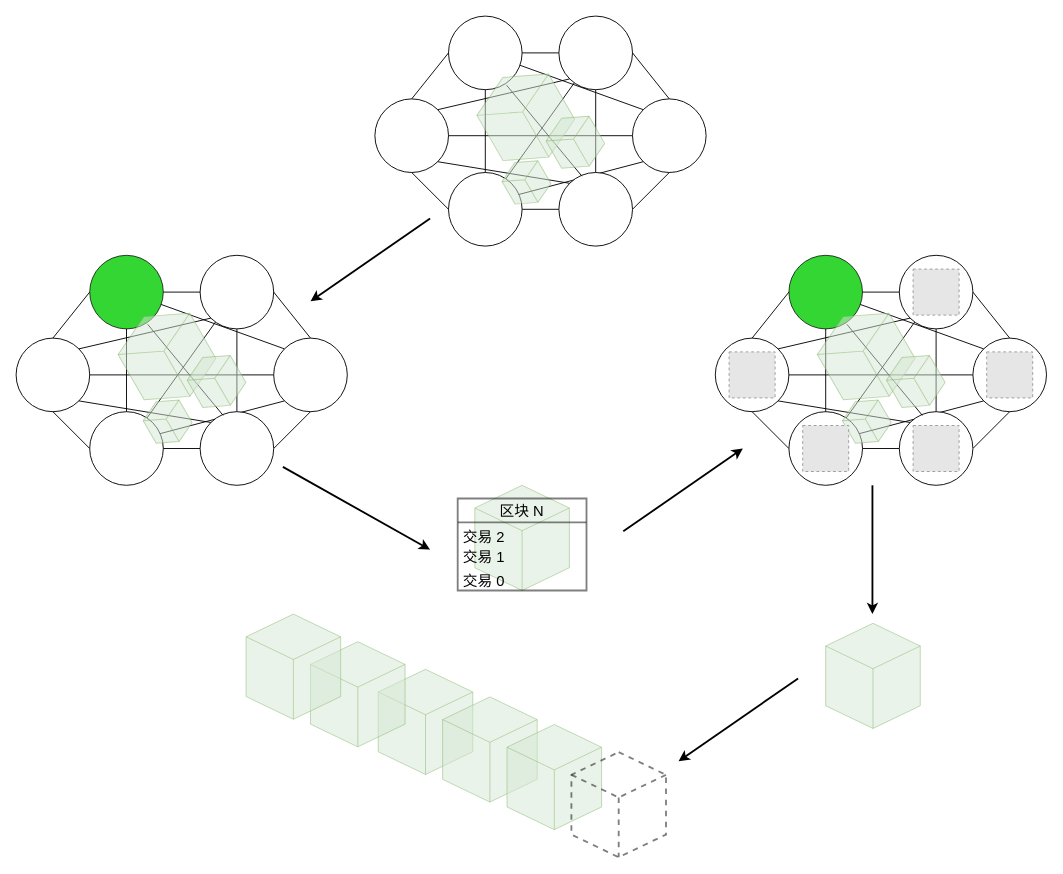
Earlier version of the draw.io diagram POA.drawio (liugangjian/BTCWallet). Source tidied: cells renumbered, new cells numbered last; positions are measured from the earlier drawing's top-left corner, leaving out a move shared by most shapes. Both pictures are drawn from the tidied source at 92%, with x=0, y=0 at pixel (16, 16). Pictures stored in the file or linked from it are replaced by grey dashed boxes.
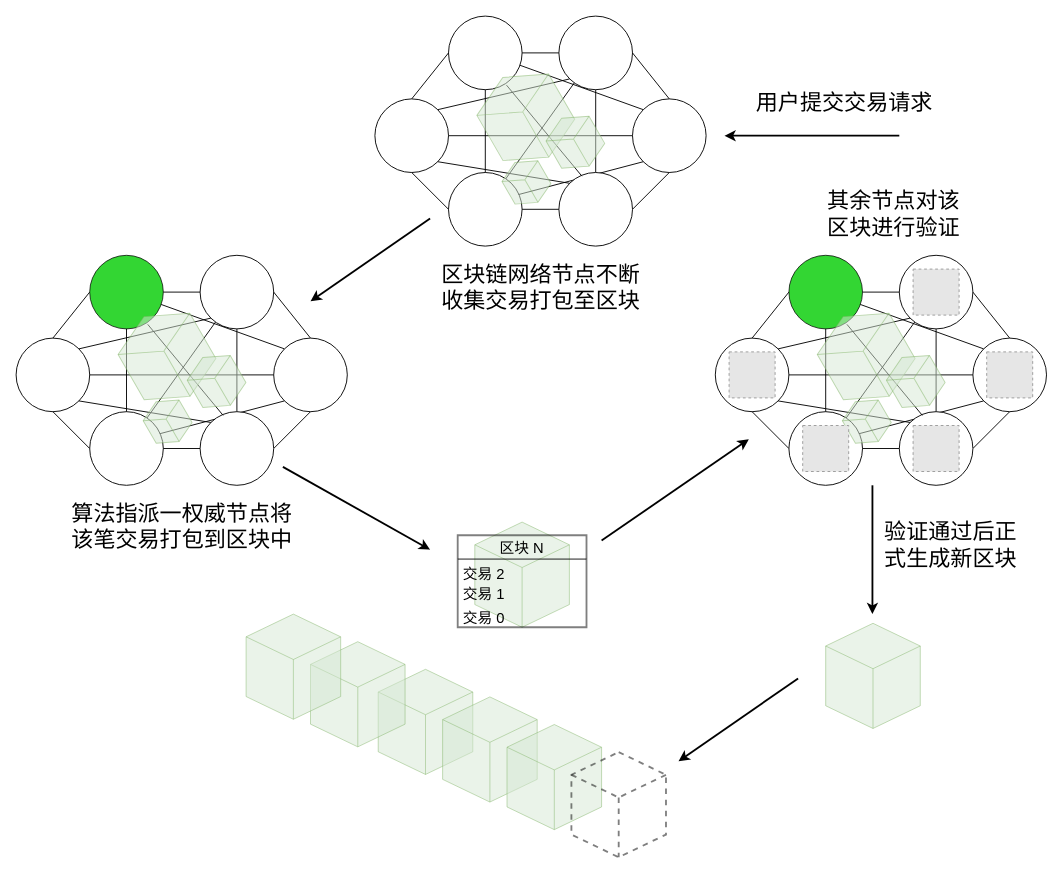
The same page after the edit.

The edit, as a diff of the source:
```diff
@@
     <mxCell id="85" style="group;" parent="1" vertex="1">
-      <mxGeometry x="480" y="510" width="140" height="114.3" as="geometry" />
+      <mxGeometry x="480" y="550" width="140" height="114.3" as="geometry" />
     </mxCell>
@@
     <mxCell id="98" style="endArrow=none;html=1;fontSize=16;strokeWidth=2;startArrow=classic;startFill=1;endFill=0;" parent="1" edge="1">
       <mxGeometry relative="1" as="geometry">
-        <mxPoint x="790" y="470" as="sourcePoint" />
-        <mxPoint x="660" y="560" as="targetPoint" />
+        <mxPoint x="796.4" y="460" as="sourcePoint" />
+        <mxPoint x="636.4" y="570" as="targetPoint" />
       </mxGeometry>
     </mxCell>
@@
+    <mxCell id="103" style="endArrow=none;html=1;fontSize=16;strokeWidth=2;startArrow=classic;startFill=1;endFill=0;" parent="1" edge="1">
+      <mxGeometry relative="1" as="geometry">
+        <mxPoint x="770" y="130" as="sourcePoint" />
+        <mxPoint x="960" y="130" as="targetPoint" />
+      </mxGeometry>
+    </mxCell>
+    <mxCell id="104" value="&lt;font style=&quot;font-size: 24px&quot;&gt;用户提交交易请求&lt;/font&gt;" style="text;html=1;strokeColor=none;fillColor=none;align=center;verticalAlign=middle;whiteSpace=wrap;rounded=0;dashed=1;fontSize=16;opacity=80;" parent="1" vertex="1">
+      <mxGeometry x="790" y="60" width="221" height="70" as="geometry" />
+    </mxCell>
+    <mxCell id="105" value="&lt;font style=&quot;font-size: 24px&quot;&gt;区块链网络节点不断&lt;br&gt;收集交易打包至区块&lt;/font&gt;" style="text;html=1;strokeColor=none;fillColor=none;align=center;verticalAlign=middle;whiteSpace=wrap;rounded=0;dashed=1;fontSize=16;opacity=80;" parent="1" vertex="1">
+      <mxGeometry x="439.8" y="260" width="260.5" height="70" as="geometry" />
+    </mxCell>
+    <mxCell id="106" value="&lt;span style=&quot;font-size: 24px&quot;&gt;算法指派一权威节点将该笔交易打包到区块中&lt;/span&gt;" style="text;html=1;strokeColor=none;fillColor=none;align=center;verticalAlign=middle;whiteSpace=wrap;rounded=0;dashed=1;fontSize=16;opacity=80;" parent="1" vertex="1">
+      <mxGeometry x="49.8" y="520" width="260.5" height="70" as="geometry" />
+    </mxCell>
+    <mxCell id="107" value="&lt;span style=&quot;color: rgb(0 , 0 , 0) ; font-family: &amp;#34;helvetica&amp;#34; ; font-size: 24px ; font-style: normal ; font-weight: 400 ; letter-spacing: normal ; text-align: center ; text-indent: 0px ; text-transform: none ; word-spacing: 0px ; background-color: rgb(255 , 255 , 255) ; display: inline ; float: none&quot;&gt;其余节点对该&lt;br&gt;区块进行验证&lt;/span&gt;" style="text;whiteSpace=wrap;html=1;fontSize=16;" parent="1" vertex="1">
+      <mxGeometry x="880" y="180" width="150" height="70" as="geometry" />
+    </mxCell>
+    <mxCell id="108" value="&lt;div style=&quot;text-align: center&quot;&gt;&lt;span style=&quot;font-size: 24px&quot;&gt;&lt;font face=&quot;helvetica&quot;&gt;验证通过后正式生成新区块&lt;/font&gt;&lt;/span&gt;&lt;/div&gt;" style="text;whiteSpace=wrap;html=1;fontSize=16;" parent="1" vertex="1">
+      <mxGeometry x="940" y="540" width="150" height="70" as="geometry" />
+    </mxCell>
```
